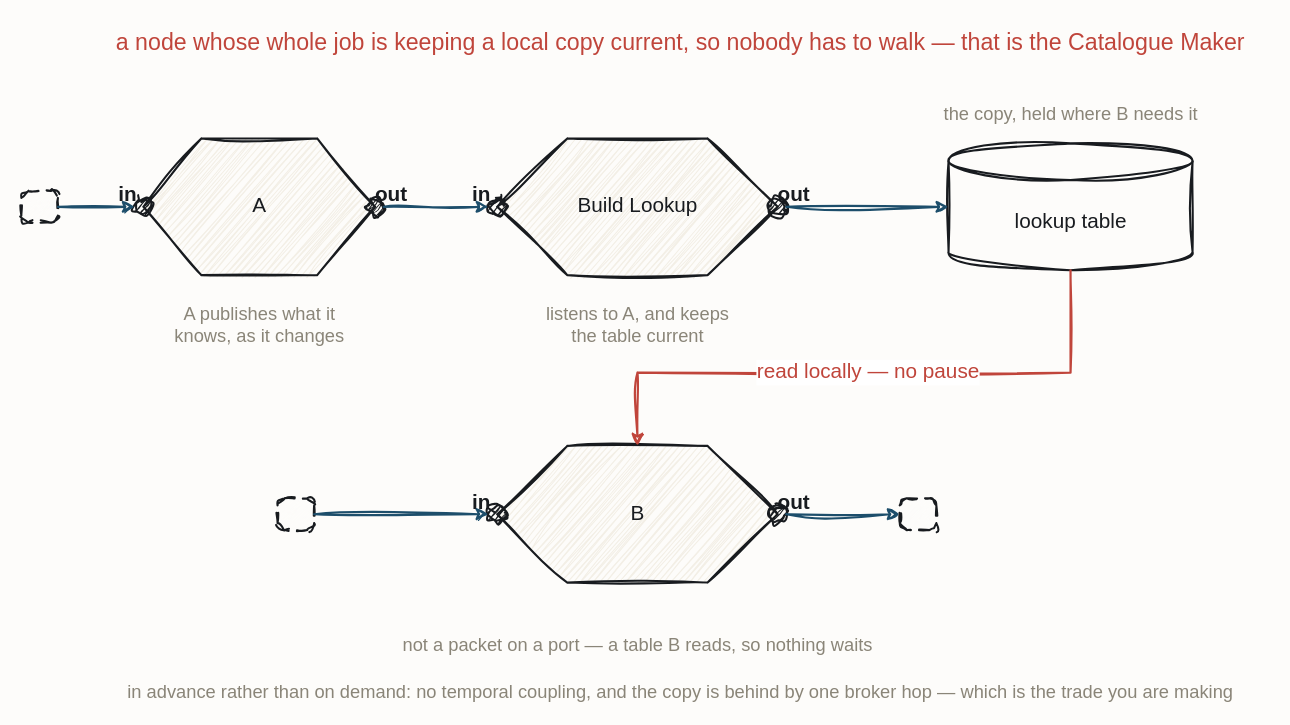
This is resources/flow-lookup-build.drawio from iancooper/practical-messaging, a draw.io file, before an edit. Source tidied: cells renumbered, new cells numbered last; positions are measured from the earlier drawing's top-left corner, leaving out a move shared by most shapes. Both pictures are drawn from the tidied source at 122%, with x=0, y=0 at pixel (21, 21).
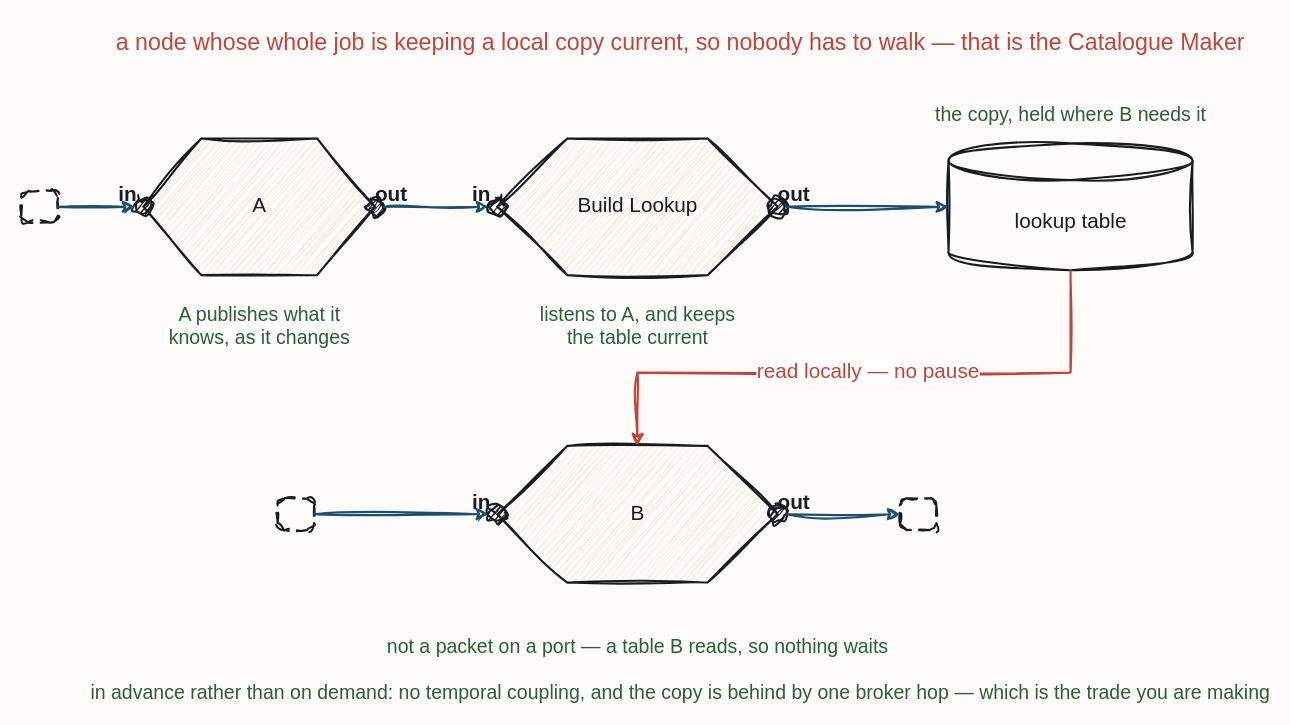
After the change.

Change to the diagram source:
```diff
@@
-    <mxCell id="22" value="A publishes what it&#10;knows, as it changes" style="text;html=1;align=center;fontFamily=Caveat;fontSize=15;fontColor=#8A8578;" parent="1" vertex="1">
+    <mxCell id="22" value="A publishes what it&#10;knows, as it changes" style="text;html=1;align=center;fontFamily=Caveat;fontSize=16;fontColor=#2F5D3A;" parent="1" vertex="1">
       <mxGeometry x="135" y="224" width="120" height="20" as="geometry" />
     </mxCell>
-    <mxCell id="23" value="listens to A, and keeps&#10;the table current" style="text;html=1;align=center;fontFamily=Caveat;fontSize=15;fontColor=#8A8578;" parent="1" vertex="1">
+    <mxCell id="23" value="listens to A, and keeps&#10;the table current" style="text;html=1;align=center;fontFamily=Caveat;fontSize=16;fontColor=#2F5D3A;" parent="1" vertex="1">
       <mxGeometry x="445" y="224" width="120" height="20" as="geometry" />
     </mxCell>
-    <mxCell id="24" value="the copy, held where B needs it" style="text;html=1;align=center;fontFamily=Caveat;fontSize=15;fontColor=#8A8578;" parent="1" vertex="1">
+    <mxCell id="24" value="the copy, held where B needs it" style="text;html=1;align=center;fontFamily=Caveat;fontSize=16;fontColor=#2F5D3A;" parent="1" vertex="1">
       <mxGeometry x="800" y="60" width="120" height="20" as="geometry" />
     </mxCell>
-    <mxCell id="25" value="not a packet on a port — a table B reads, so nothing waits" style="text;html=1;align=center;fontFamily=Caveat;fontSize=15;fontColor=#8A8578;" parent="1" vertex="1">
+    <mxCell id="25" value="not a packet on a port — a table B reads, so nothing waits" style="text;html=1;align=center;fontFamily=Caveat;fontSize=16;fontColor=#2F5D3A;" parent="1" vertex="1">
       <mxGeometry x="445" y="496" width="120" height="20" as="geometry" />
     </mxCell>
-    <mxCell id="26" value="in advance rather than on demand: no temporal coupling, and the copy is behind by one broker hop — which is the trade you are making" style="text;html=1;align=center;fontFamily=Caveat;fontSize=15;fontColor=#8A8578;" parent="1" vertex="1">
+    <mxCell id="26" value="in advance rather than on demand: no temporal coupling, and the copy is behind by one broker hop — which is the trade you are making" style="text;html=1;align=center;fontFamily=Caveat;fontSize=16;fontColor=#2F5D3A;" parent="1" vertex="1">
       <mxGeometry x="480" y="534" width="120" height="20" as="geometry" />
     </mxCell>
```
